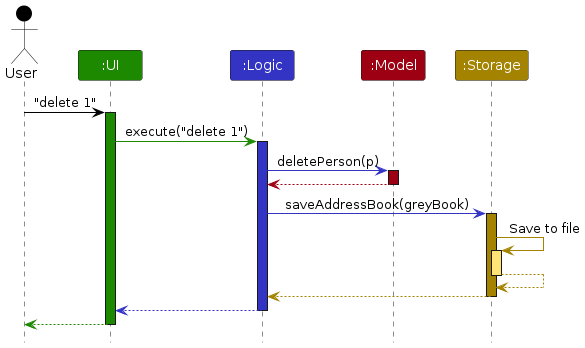
AY2526S1-CS2103T-F13-4/tp keeps this PlantUML diagram as diagrams/ArchitectureSequenceDiagram.png. Above is the earlier version. Its source is kept beside it as diagrams/ArchitectureSequenceDiagram.puml. Its diagram source:
```plantuml
@startuml
!include style.puml
skinparam ArrowFontStyle plain

Actor User as user USER_COLOR
Participant ":UI" as ui UI_COLOR
Participant ":Logic" as logic LOGIC_COLOR
Participant ":Model" as model MODEL_COLOR
Participant ":Storage" as storage STORAGE_COLOR

user -[USER_COLOR]> ui : "delete 1"
activate ui UI_COLOR

ui -[UI_COLOR]> logic : execute("delete 1")
activate logic LOGIC_COLOR

logic -[LOGIC_COLOR]> model : deletePerson(p)
activate model MODEL_COLOR

model -[MODEL_COLOR]-> logic
deactivate model

logic -[LOGIC_COLOR]> storage : saveAddressBook(greyBook)
activate storage STORAGE_COLOR

storage -[STORAGE_COLOR]> storage : Save to file
activate storage STORAGE_COLOR_T1
storage --[STORAGE_COLOR]> storage
deactivate storage

storage --[STORAGE_COLOR]> logic
deactivate storage

logic --[LOGIC_COLOR]> ui
deactivate logic

ui--[UI_COLOR]> user
deactivate ui
@enduml
```
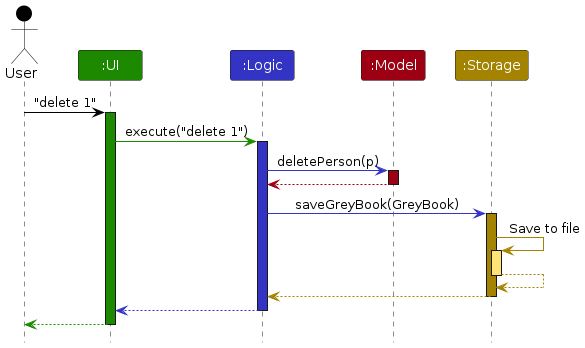
Above is the later version.

The edit, as a diff of the source:
```diff
@@ -20,7 +20,7 @@
 model -[MODEL_COLOR]-> logic
 deactivate model
 
-logic -[LOGIC_COLOR]> storage : saveAddressBook(greyBook)
+logic -[LOGIC_COLOR]> storage : saveGreyBook(GreyBook)
 activate storage STORAGE_COLOR
 
 storage -[STORAGE_COLOR]> storage : Save to file
```
